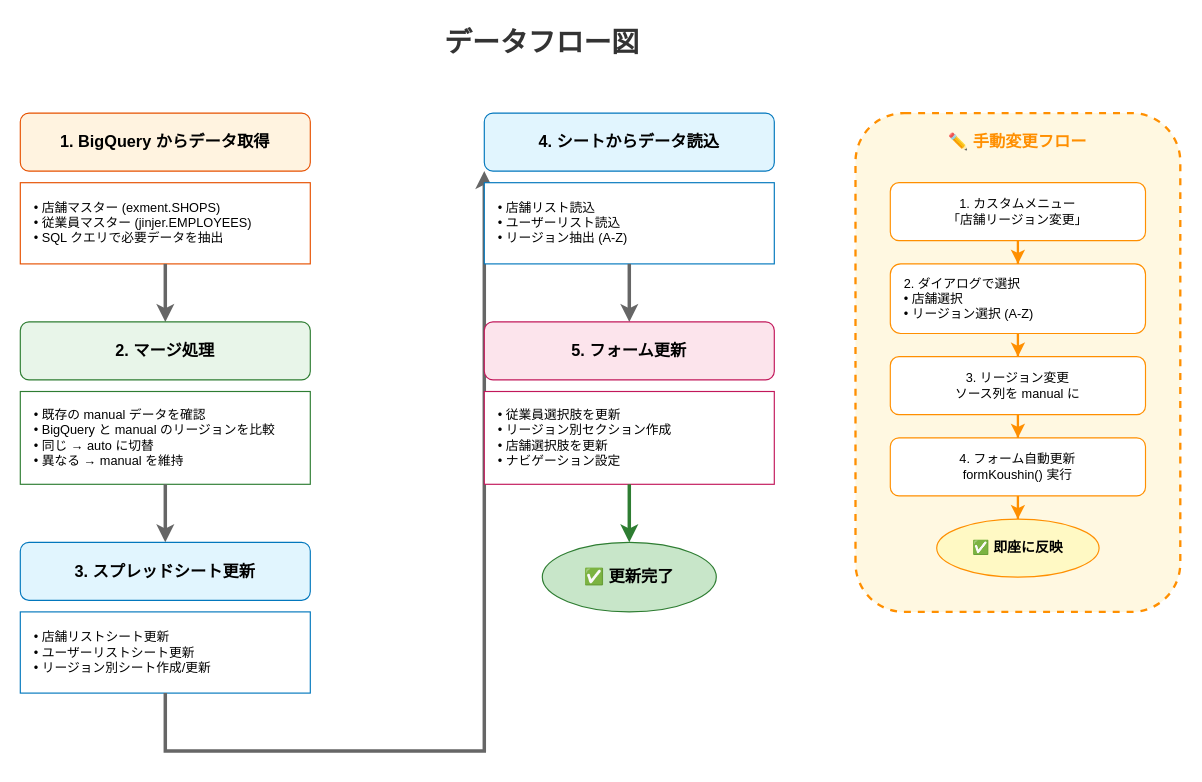
Earlier version of the draw.io diagram page "データフロー" (2 of 3) of Docs/システム構成図.drawio (ryosukesato-sr/-). Source tidied: cells renumbered, new cells numbered last; positions are measured from the earlier drawing's top-left corner, leaving out a move shared by most shapes. Both pictures are drawn from the tidied source at 116%, with x=0, y=0 at pixel (20, 20).
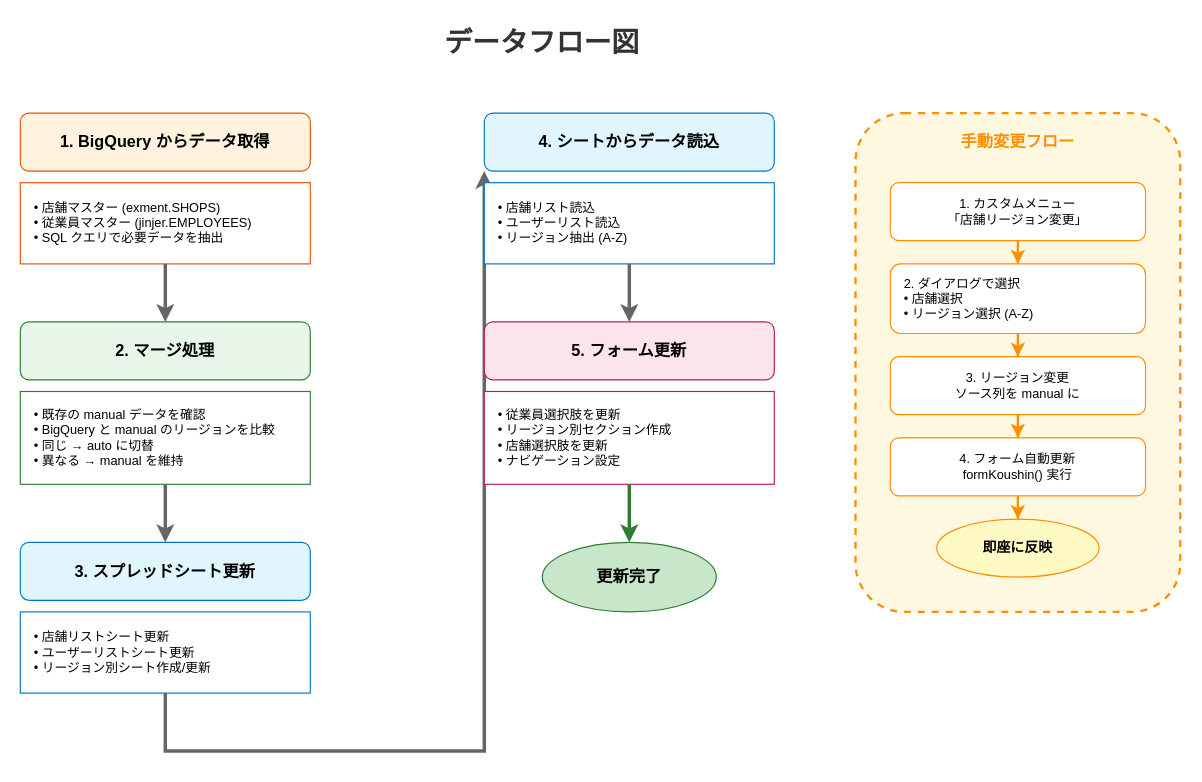
After the change.

What changed in the source:
```diff
@@
-    <mxCell id="17" value="✅ 更新完了" style="ellipse;whiteSpace=wrap;html=1;fillColor=#C8E6C9;strokeColor=#2E7D32;fontStyle=1;fontSize=14;" parent="1" vertex="1">
+    <mxCell id="17" value="更新完了" style="ellipse;whiteSpace=wrap;html=1;fillColor=#C8E6C9;strokeColor=#2E7D32;fontStyle=1;fontSize=14;" parent="1" vertex="1">
       <mxGeometry x="450" y="450" width="150" height="60" as="geometry" />
     </mxCell>
@@
-    <mxCell id="20" value="✏️ 手動変更フロー" style="text;html=1;strokeColor=none;fillColor=none;align=center;verticalAlign=middle;whiteSpace=wrap;rounded=0;fontSize=14;fontStyle=1;fontColor=#FF8F00;" parent="1" vertex="1">
+    <mxCell id="20" value="手動変更フロー" style="text;html=1;strokeColor=none;fillColor=none;align=center;verticalAlign=middle;whiteSpace=wrap;rounded=0;fontSize=14;fontStyle=1;fontColor=#FF8F00;" parent="1" vertex="1">
       <mxGeometry x="720" y="90" width="280" height="30" as="geometry" />
     </mxCell>
@@
-    <mxCell id="25" value="✅ 即座に反映" style="ellipse;whiteSpace=wrap;html=1;fillColor=#FFF9C4;strokeColor=#FF8F00;fontStyle=1;fontSize=12;" parent="1" vertex="1">
+    <mxCell id="25" value="即座に反映" style="ellipse;whiteSpace=wrap;html=1;fillColor=#FFF9C4;strokeColor=#FF8F00;fontStyle=1;fontSize=12;" parent="1" vertex="1">
       <mxGeometry x="790" y="430" width="140" height="50" as="geometry" />
     </mxCell>
```
